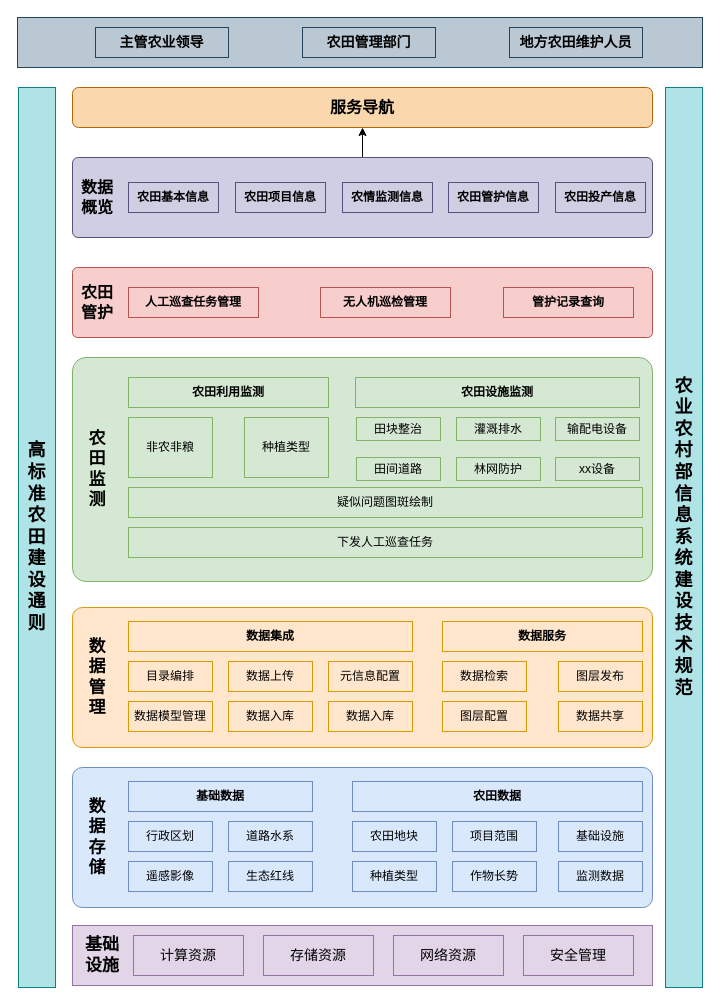
Before: 陕西项目.drawio in GISering/diagram, a draw.io diagram. Source tidied: cells renumbered, new cells numbered last; positions are measured from the earlier drawing's top-left corner, leaving out a move shared by most shapes. Both pictures are drawn from the tidied source at 100%, with x=0, y=0 at pixel (17, 17).
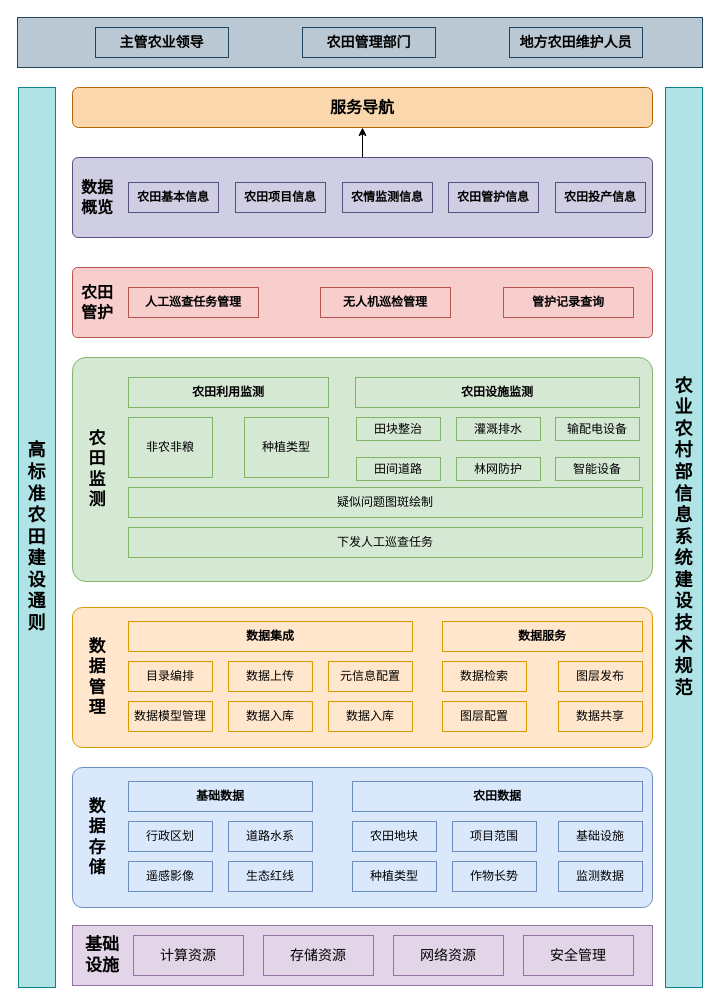
After the change.

Commit message:
更新陕西项目.drawio

The edit, as a diff of the source:
```diff
@@
-    <mxCell id="53" value="xx设备" style="rounded=0;whiteSpace=wrap;html=1;fillColor=#d5e8d4;strokeColor=#82b366;" parent="1" vertex="1">
+    <mxCell id="53" value="智能设备" style="rounded=0;whiteSpace=wrap;html=1;fillColor=#d5e8d4;strokeColor=#82b366;" parent="1" vertex="1">
       <mxGeometry x="538" y="440" width="84" height="23" as="geometry" />
     </mxCell>
```
